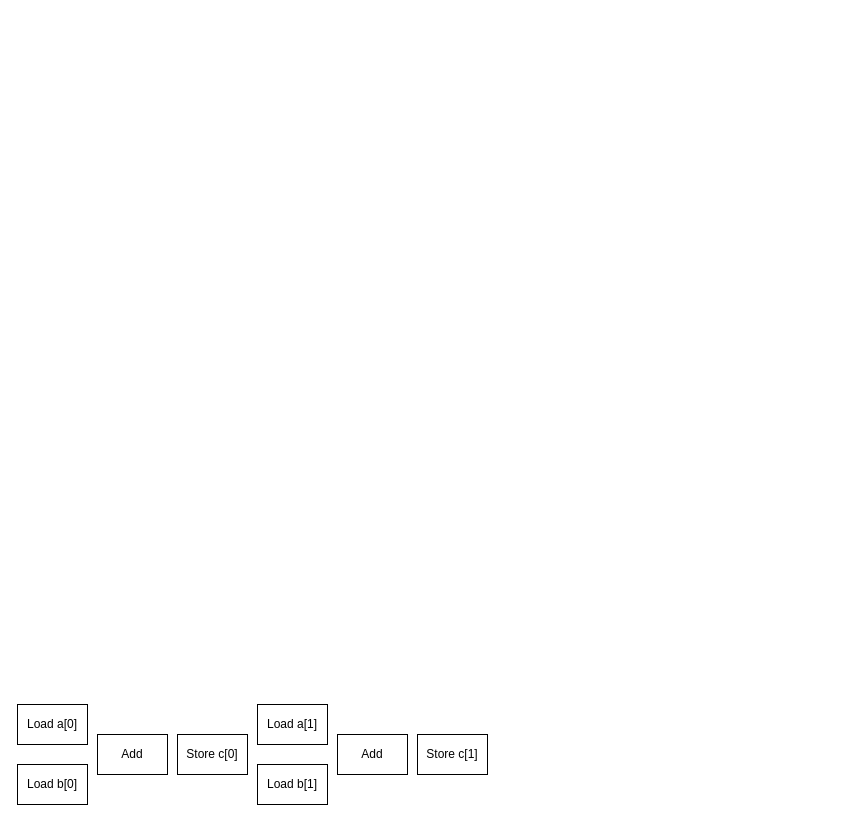
Above: page "vector_accum" (2 of 3) of draw.io/fpga_pp_hls.drawio in cea-wind/fpga_parallel_computing (draw.io), before the change. Source tidied: cells renumbered, new cells numbered last; positions are measured from the earlier drawing's top-left corner, leaving out a move shared by most shapes. Both pictures are drawn from the tidied source at 100%, with x=0, y=0 at pixel (17, 704).
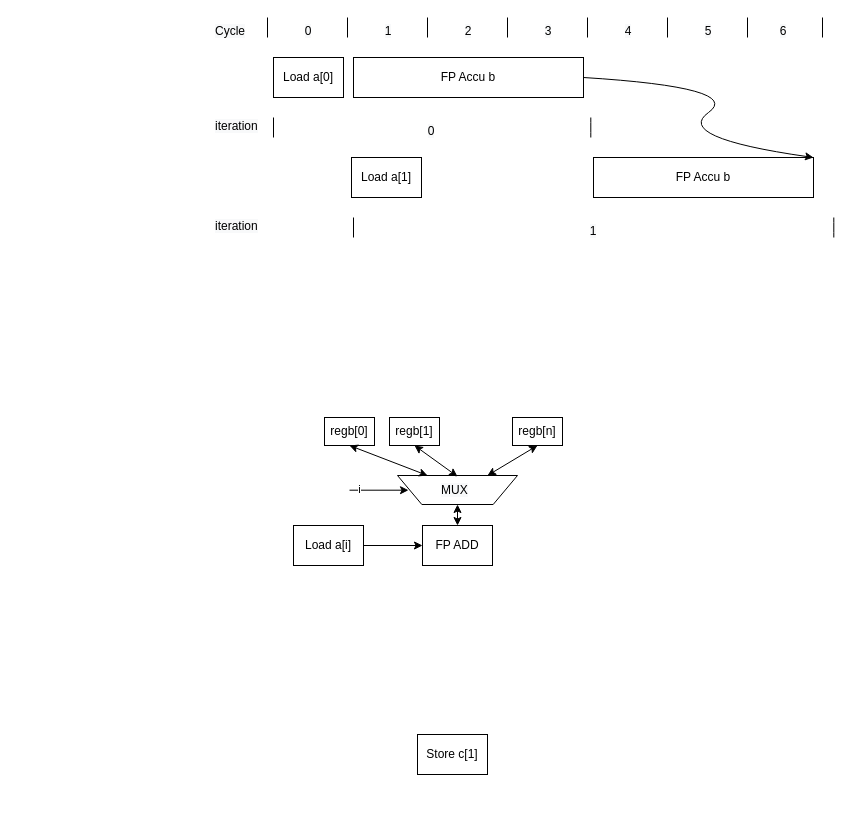
The same page after the edit.

The edit, as a diff of the source:
```diff
@@
-<mxGraphModel>
+<mxGraphModel background="#FFFFFF">
@@
+    <mxCell id="9" value="Store c[1]" style="rounded=0;whiteSpace=wrap;html=1;" parent="1" vertex="1">
+      <mxGeometry x="400" y="30" width="70" height="40" as="geometry" />
+    </mxCell>
+    <mxCell id="10" style="group;" parent="1" vertex="1">
+      <mxGeometry x="196" y="-687" width="620.3" height="225" as="geometry" />
+    </mxCell>
-    <mxCell id="2" value="Load a[0]" style="rounded=0;whiteSpace=wrap;html=1;" parent="1" vertex="1">
-      <mxGeometry width="70" height="40" as="geometry" />
+    <mxCell id="2" value="Load a[0]" style="rounded=0;whiteSpace=wrap;html=1;" parent="10" vertex="1">
+      <mxGeometry x="60" y="40" width="70" height="40" as="geometry" />
     </mxCell>
-    <mxCell id="3" value="Load b[0]" style="rounded=0;whiteSpace=wrap;html=1;" parent="1" vertex="1">
-      <mxGeometry y="60" width="70" height="40" as="geometry" />
-    </mxCell>
-    <mxCell id="4" value="Add" style="rounded=0;whiteSpace=wrap;html=1;" parent="1" vertex="1">
-      <mxGeometry x="80" y="30" width="70" height="40" as="geometry" />
+    <mxCell id="4" value="FP Accu b" style="rounded=0;whiteSpace=wrap;html=1;" parent="10" vertex="1">
+      <mxGeometry x="140" y="40" width="230" height="40" as="geometry" />
     </mxCell>
-    <mxCell id="5" value="Store c[0]" style="rounded=0;whiteSpace=wrap;html=1;" parent="1" vertex="1">
-      <mxGeometry x="160" y="30" width="70" height="40" as="geometry" />
-    </mxCell>
+    <mxCell id="11" value="&lt;span style=&quot;color: rgb(0 , 0 , 0) ; font-family: &amp;#34;helvetica&amp;#34; ; font-size: 12px ; font-style: normal ; font-weight: 400 ; letter-spacing: normal ; text-align: center ; text-indent: 0px ; text-transform: none ; word-spacing: 0px ; background-color: rgb(248 , 249 , 250) ; display: inline ; float: none&quot;&gt;Cycle&lt;/span&gt;" style="text;whiteSpace=wrap;html=1;" parent="10" vertex="1">
+      <mxGeometry width="40" height="30" as="geometry" />
+    </mxCell>
+    <mxCell id="12" style="endArrow=none;html=1;" parent="10" edge="1">
+      <mxGeometry relative="1" as="geometry">
+        <mxPoint x="54" y="20" as="sourcePoint" />
+        <mxPoint x="54" as="targetPoint" />
+      </mxGeometry>
+    </mxCell>
+    <mxCell id="13" style="endArrow=none;html=1;" parent="10" edge="1">
+      <mxGeometry relative="1" as="geometry">
+        <mxPoint x="134" y="20" as="sourcePoint" />
+        <mxPoint x="134" as="targetPoint" />
+      </mxGeometry>
+    </mxCell>
+    <mxCell id="14" style="endArrow=none;html=1;" parent="10" edge="1">
+      <mxGeometry relative="1" as="geometry">
+        <mxPoint x="214" y="20" as="sourcePoint" />
+        <mxPoint x="214" as="targetPoint" />
+      </mxGeometry>
+    </mxCell>
+    <mxCell id="15" style="endArrow=none;html=1;" parent="10" edge="1">
+      <mxGeometry relative="1" as="geometry">
+        <mxPoint x="294" y="20" as="sourcePoint" />
+        <mxPoint x="294" as="targetPoint" />
+      </mxGeometry>
+    </mxCell>
+    <mxCell id="16" style="endArrow=none;html=1;" parent="10" edge="1">
+      <mxGeometry relative="1" as="geometry">
+        <mxPoint x="374" y="20" as="sourcePoint" />
+        <mxPoint x="374" as="targetPoint" />
+      </mxGeometry>
+    </mxCell>
+    <mxCell id="17" style="endArrow=none;html=1;" parent="10" edge="1">
+      <mxGeometry relative="1" as="geometry">
+        <mxPoint x="454" y="20" as="sourcePoint" />
+        <mxPoint x="454" as="targetPoint" />
+      </mxGeometry>
+    </mxCell>
+    <mxCell id="18" style="endArrow=none;html=1;" parent="10" edge="1">
+      <mxGeometry relative="1" as="geometry">
+        <mxPoint x="534" y="20" as="sourcePoint" />
+        <mxPoint x="534" as="targetPoint" />
+      </mxGeometry>
+    </mxCell>
+    <mxCell id="19" value="&lt;span style=&quot;color: rgb(0 , 0 , 0) ; font-family: &amp;#34;helvetica&amp;#34; ; font-size: 12px ; font-style: normal ; font-weight: 400 ; letter-spacing: normal ; text-indent: 0px ; text-transform: none ; word-spacing: 0px ; background-color: rgb(248 , 249 , 250) ; display: inline ; float: none ; line-height: 100%&quot;&gt;1&lt;/span&gt;" style="text;whiteSpace=wrap;html=1;align=center;" parent="10" vertex="1">
+      <mxGeometry x="165" width="20" height="20" as="geometry" />
+    </mxCell>
+    <mxCell id="20" value="&lt;span style=&quot;color: rgb(0 , 0 , 0) ; font-family: &amp;#34;helvetica&amp;#34; ; font-size: 12px ; font-style: normal ; font-weight: 400 ; letter-spacing: normal ; text-indent: 0px ; text-transform: none ; word-spacing: 0px ; background-color: rgb(248 , 249 , 250) ; display: inline ; float: none ; line-height: 100%&quot;&gt;0&lt;/span&gt;" style="text;whiteSpace=wrap;html=1;align=center;" parent="10" vertex="1">
+      <mxGeometry x="85" width="20" height="20" as="geometry" />
+    </mxCell>
+    <mxCell id="21" value="&lt;span style=&quot;color: rgb(0 , 0 , 0) ; font-family: &amp;#34;helvetica&amp;#34; ; font-size: 12px ; font-style: normal ; font-weight: 400 ; letter-spacing: normal ; text-indent: 0px ; text-transform: none ; word-spacing: 0px ; background-color: rgb(248 , 249 , 250) ; display: inline ; float: none ; line-height: 100%&quot;&gt;4&lt;/span&gt;" style="text;whiteSpace=wrap;html=1;align=center;" parent="10" vertex="1">
+      <mxGeometry x="405" width="20" height="20" as="geometry" />
+    </mxCell>
+    <mxCell id="22" value="&lt;span style=&quot;color: rgb(0 , 0 , 0) ; font-family: &amp;#34;helvetica&amp;#34; ; font-size: 12px ; font-style: normal ; font-weight: 400 ; letter-spacing: normal ; text-indent: 0px ; text-transform: none ; word-spacing: 0px ; background-color: rgb(248 , 249 , 250) ; display: inline ; float: none ; line-height: 100%&quot;&gt;5&lt;/span&gt;" style="text;whiteSpace=wrap;html=1;align=center;" parent="10" vertex="1">
+      <mxGeometry x="485" width="20" height="20" as="geometry" />
+    </mxCell>
+    <mxCell id="23" value="&lt;span style=&quot;color: rgb(0 , 0 , 0) ; font-family: &amp;#34;helvetica&amp;#34; ; font-size: 12px ; font-style: normal ; font-weight: 400 ; letter-spacing: normal ; text-indent: 0px ; text-transform: none ; word-spacing: 0px ; background-color: rgb(248 , 249 , 250) ; display: inline ; float: none ; line-height: 100%&quot;&gt;3&lt;/span&gt;" style="text;whiteSpace=wrap;html=1;align=center;" parent="10" vertex="1">
+      <mxGeometry x="325" width="20" height="20" as="geometry" />
+    </mxCell>
+    <mxCell id="24" value="&lt;span style=&quot;color: rgb(0 , 0 , 0) ; font-family: &amp;#34;helvetica&amp;#34; ; font-size: 12px ; font-style: normal ; font-weight: 400 ; letter-spacing: normal ; text-indent: 0px ; text-transform: none ; word-spacing: 0px ; background-color: rgb(248 , 249 , 250) ; display: inline ; float: none ; line-height: 100%&quot;&gt;2&lt;/span&gt;" style="text;whiteSpace=wrap;html=1;align=center;" parent="10" vertex="1">
+      <mxGeometry x="245" width="20" height="20" as="geometry" />
+    </mxCell>
+    <mxCell id="25" value="Load a[1]" style="rounded=0;whiteSpace=wrap;html=1;" parent="10" vertex="1">
+      <mxGeometry x="138" y="140" width="70" height="40" as="geometry" />
+    </mxCell>
+    <mxCell id="26" value="FP Accu b" style="rounded=0;whiteSpace=wrap;html=1;" parent="10" vertex="1">
+      <mxGeometry x="380" y="140" width="220" height="40" as="geometry" />
+    </mxCell>
+    <mxCell id="27" style="endArrow=none;html=1;" parent="10" edge="1">
+      <mxGeometry relative="1" as="geometry">
+        <mxPoint x="60" y="120" as="sourcePoint" />
+        <mxPoint x="60" y="100" as="targetPoint" />
+      </mxGeometry>
+    </mxCell>
+    <mxCell id="28" value="&lt;span style=&quot;color: rgb(0 , 0 , 0) ; font-family: &amp;#34;helvetica&amp;#34; ; font-size: 12px ; font-style: normal ; font-weight: 400 ; letter-spacing: normal ; text-indent: 0px ; text-transform: none ; word-spacing: 0px ; background-color: rgb(248 , 249 , 250) ; display: inline ; float: none ; line-height: 100%&quot;&gt;0&lt;/span&gt;" style="text;whiteSpace=wrap;html=1;align=center;" parent="10" vertex="1">
+      <mxGeometry x="208" y="100" width="20" height="20" as="geometry" />
+    </mxCell>
+    <mxCell id="29" style="endArrow=none;html=1;" parent="10" edge="1">
+      <mxGeometry relative="1" as="geometry">
+        <mxPoint x="377.3" y="120" as="sourcePoint" />
+        <mxPoint x="377.3" y="100" as="targetPoint" />
+        <Array as="points">
+          <mxPoint x="377.3" y="110" />
+        </Array>
+      </mxGeometry>
+    </mxCell>
+    <mxCell id="30" style="endArrow=none;html=1;" parent="10" edge="1">
+      <mxGeometry relative="1" as="geometry">
+        <mxPoint x="140" y="220" as="sourcePoint" />
+        <mxPoint x="140" y="200" as="targetPoint" />
+      </mxGeometry>
+    </mxCell>
+    <mxCell id="31" value="&lt;span style=&quot;color: rgb(0 , 0 , 0) ; font-family: &amp;#34;helvetica&amp;#34; ; font-size: 12px ; font-style: normal ; font-weight: 400 ; letter-spacing: normal ; text-indent: 0px ; text-transform: none ; word-spacing: 0px ; background-color: rgb(248 , 249 , 250) ; display: inline ; float: none ; line-height: 100%&quot;&gt;1&lt;/span&gt;" style="text;whiteSpace=wrap;html=1;align=center;" parent="10" vertex="1">
+      <mxGeometry x="370" y="200" width="20" height="20" as="geometry" />
+    </mxCell>
+    <mxCell id="32" style="endArrow=none;html=1;" parent="10" edge="1">
+      <mxGeometry relative="1" as="geometry">
+        <mxPoint x="620.3" y="220" as="sourcePoint" />
+        <mxPoint x="620.3" y="200" as="targetPoint" />
+        <Array as="points">
+          <mxPoint x="620.3" y="210" />
+        </Array>
+      </mxGeometry>
+    </mxCell>
+    <mxCell id="33" style="endArrow=none;html=1;" parent="10" edge="1">
+      <mxGeometry relative="1" as="geometry">
+        <mxPoint x="609" y="20" as="sourcePoint" />
+        <mxPoint x="609" as="targetPoint" />
+      </mxGeometry>
+    </mxCell>
+    <mxCell id="34" value="&lt;span style=&quot;color: rgb(0 , 0 , 0) ; font-family: &amp;#34;helvetica&amp;#34; ; font-size: 12px ; font-style: normal ; font-weight: 400 ; letter-spacing: normal ; text-indent: 0px ; text-transform: none ; word-spacing: 0px ; background-color: rgb(248 , 249 , 250) ; display: inline ; float: none ; line-height: 100%&quot;&gt;6&lt;/span&gt;" style="text;whiteSpace=wrap;html=1;align=center;" parent="10" vertex="1">
+      <mxGeometry x="560" width="20" height="20" as="geometry" />
+    </mxCell>
+    <mxCell id="35" style="curved=1;endArrow=classic;html=1;exitX=1;exitY=0.5;exitDx=0;exitDy=0;entryX=1;entryY=0;entryDx=0;entryDy=0;" parent="10" edge="1" source="4" target="26">
+      <mxGeometry relative="1" as="geometry">
+        <Array as="points">
+          <mxPoint x="530" y="70" />
+          <mxPoint x="460" y="120" />
+        </Array>
+      </mxGeometry>
+    </mxCell>
+    <mxCell id="36" value="&lt;span style=&quot;color: rgb(0 , 0 , 0) ; font-family: &amp;#34;helvetica&amp;#34; ; font-size: 12px ; font-style: normal ; font-weight: 400 ; letter-spacing: normal ; text-align: center ; text-indent: 0px ; text-transform: none ; word-spacing: 0px ; background-color: rgb(248 , 249 , 250) ; display: inline ; float: none&quot;&gt;iteration&lt;/span&gt;" style="text;whiteSpace=wrap;html=1;" parent="10" vertex="1">
+      <mxGeometry y="95" width="40" height="30" as="geometry" />
+    </mxCell>
+    <mxCell id="37" value="&lt;span style=&quot;color: rgb(0 , 0 , 0) ; font-family: &amp;#34;helvetica&amp;#34; ; font-size: 12px ; font-style: normal ; font-weight: 400 ; letter-spacing: normal ; text-align: center ; text-indent: 0px ; text-transform: none ; word-spacing: 0px ; background-color: rgb(248 , 249 , 250) ; display: inline ; float: none&quot;&gt;iteration&lt;/span&gt;" style="text;whiteSpace=wrap;html=1;" parent="10" vertex="1">
+      <mxGeometry y="195" width="40" height="30" as="geometry" />
+    </mxCell>
+    <mxCell id="38" style="group;" parent="1" vertex="1">
+      <mxGeometry x="276" y="-287" width="269" height="148" as="geometry" />
+    </mxCell>
-    <mxCell id="6" value="Load a[1]" style="rounded=0;whiteSpace=wrap;html=1;" parent="1" vertex="1">
-      <mxGeometry x="240" width="70" height="40" as="geometry" />
+    <mxCell id="6" value="regb[0]" style="rounded=0;whiteSpace=wrap;html=1;" parent="38" vertex="1">
+      <mxGeometry x="31" width="50" height="28" as="geometry" />
     </mxCell>
-    <mxCell id="7" value="Load b[1]" style="rounded=0;whiteSpace=wrap;html=1;" parent="1" vertex="1">
-      <mxGeometry x="240" y="60" width="70" height="40" as="geometry" />
-    </mxCell>
-    <mxCell id="8" value="Add" style="rounded=0;whiteSpace=wrap;html=1;" parent="1" vertex="1">
-      <mxGeometry x="320" y="30" width="70" height="40" as="geometry" />
+    <mxCell id="8" value="FP ADD" style="rounded=0;whiteSpace=wrap;html=1;" parent="38" vertex="1">
+      <mxGeometry x="129" y="108" width="70" height="40" as="geometry" />
     </mxCell>
-    <mxCell id="9" value="Store c[1]" style="rounded=0;whiteSpace=wrap;html=1;" parent="1" vertex="1">
-      <mxGeometry x="400" y="30" width="70" height="40" as="geometry" />
-    </mxCell>
+    <mxCell id="39" style="shape=trapezoid;perimeter=trapezoidPerimeter;whiteSpace=wrap;html=1;fixedSize=1;size=24.3333740234375;rotation=-180;" parent="38" vertex="1">
+      <mxGeometry x="104" y="58" width="120" height="29" as="geometry" />
+    </mxCell>
+    <mxCell id="40" value="&lt;span style=&quot;color: rgb(0 , 0 , 0) ; font-family: &amp;#34;helvetica&amp;#34; ; font-size: 12px ; font-style: normal ; font-weight: 400 ; letter-spacing: normal ; text-align: center ; text-indent: 0px ; text-transform: none ; word-spacing: 0px ; background-color: rgb(248 , 249 , 250) ; display: inline ; float: none&quot;&gt;MUX&lt;/span&gt;" style="text;whiteSpace=wrap;html=1;" parent="38" vertex="1">
+      <mxGeometry x="146" y="59" width="36" height="28" as="geometry" />
+    </mxCell>
+    <mxCell id="41" value="regb[1]" style="rounded=0;whiteSpace=wrap;html=1;" parent="38" vertex="1">
+      <mxGeometry x="96" width="50" height="28" as="geometry" />
+    </mxCell>
+    <mxCell id="42" value="regb[n]" style="rounded=0;whiteSpace=wrap;html=1;" parent="38" vertex="1">
+      <mxGeometry x="219" width="50" height="28" as="geometry" />
+    </mxCell>
+    <mxCell id="43" value="Load a[i]" style="rounded=0;whiteSpace=wrap;html=1;" parent="38" vertex="1">
+      <mxGeometry y="108" width="70" height="40" as="geometry" />
+    </mxCell>
+    <mxCell id="44" style="endArrow=classic;startArrow=classic;html=1;entryX=0.5;entryY=1;entryDx=0;entryDy=0;exitX=0.75;exitY=1;exitDx=0;exitDy=0;" parent="38" edge="1" source="39" target="6">
+      <mxGeometry relative="1" as="geometry" />
+    </mxCell>
+    <mxCell id="45" style="endArrow=classic;startArrow=classic;html=1;entryX=0.5;entryY=1;entryDx=0;entryDy=0;exitX=0.5;exitY=0;exitDx=0;exitDy=0;" parent="38" edge="1" source="40" target="41">
+      <mxGeometry relative="1" as="geometry" />
+    </mxCell>
+    <mxCell id="46" style="endArrow=classic;startArrow=classic;html=1;entryX=0.5;entryY=1;entryDx=0;entryDy=0;exitX=0.25;exitY=1;exitDx=0;exitDy=0;" parent="38" edge="1" source="39" target="42">
+      <mxGeometry relative="1" as="geometry" />
+    </mxCell>
+    <mxCell id="47" style="endArrow=classic;startArrow=classic;html=1;entryX=0.5;entryY=0;entryDx=0;entryDy=0;" parent="38" edge="1" source="40" target="8">
+      <mxGeometry relative="1" as="geometry" />
+    </mxCell>
+    <mxCell id="48" style="endArrow=classic;html=1;exitX=1;exitY=0.5;exitDx=0;exitDy=0;entryX=0;entryY=0.5;entryDx=0;entryDy=0;" parent="38" edge="1" source="43" target="8">
+      <mxGeometry relative="1" as="geometry" />
+    </mxCell>
+    <mxCell id="49" style="endArrow=classic;html=1;exitX=1;exitY=0.5;exitDx=0;exitDy=0;entryX=0;entryY=0.5;entryDx=0;entryDy=0;" parent="38" edge="1">
+      <mxGeometry relative="1" as="geometry">
+        <mxPoint x="56" y="72.7" as="sourcePoint" />
+        <mxPoint x="115" y="72.7" as="targetPoint" />
+      </mxGeometry>
+    </mxCell>
+    <mxCell id="50" value="i" style="edgeLabel;html=1;align=center;verticalAlign=middle;" parent="49" vertex="1">
+      <mxGeometry x="0.72" y="1" relative="1" as="geometry">
+        <mxPoint x="-42" as="offset" />
+      </mxGeometry>
+    </mxCell>
```
